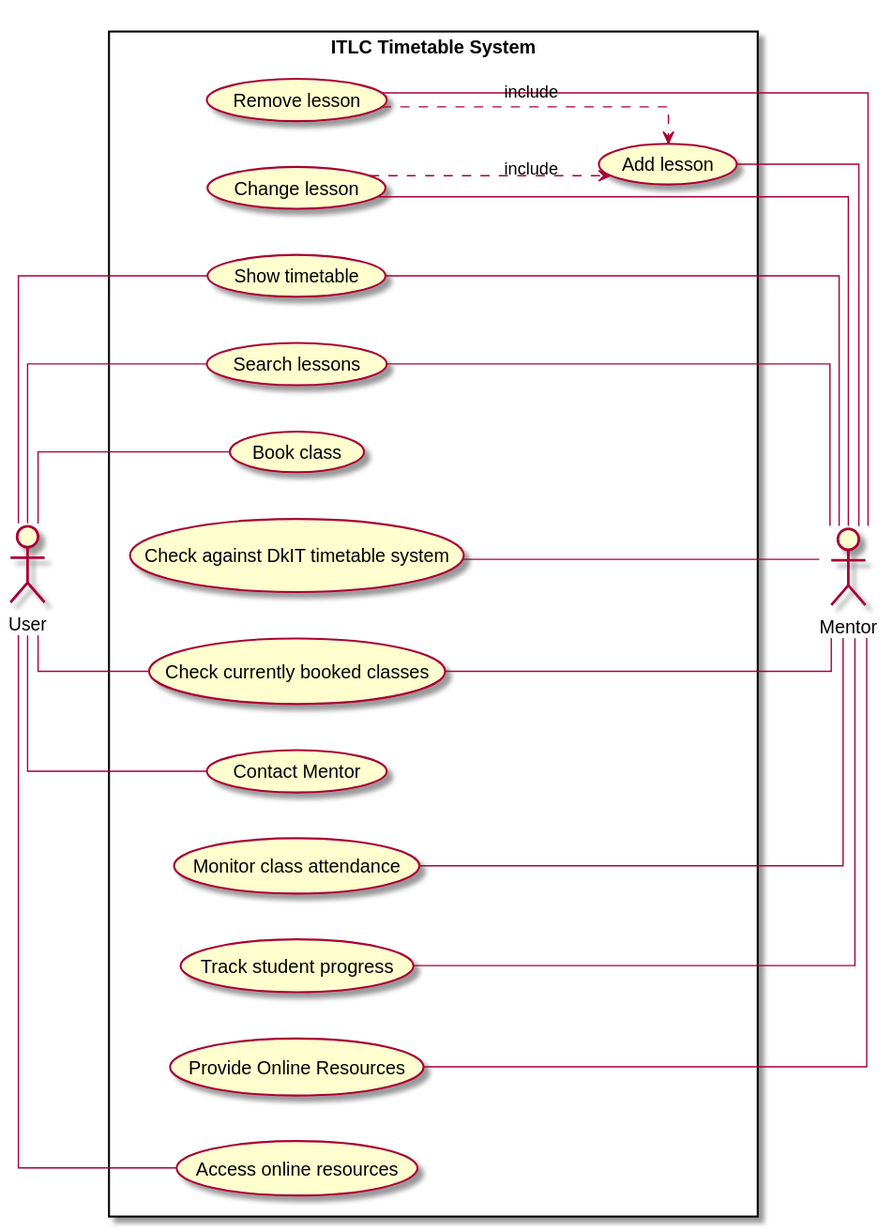
The PlantUML diagram Use Cases/test_usecase_plantuml.svg in Gyrogaming01/asdp-project-1, before a commit.
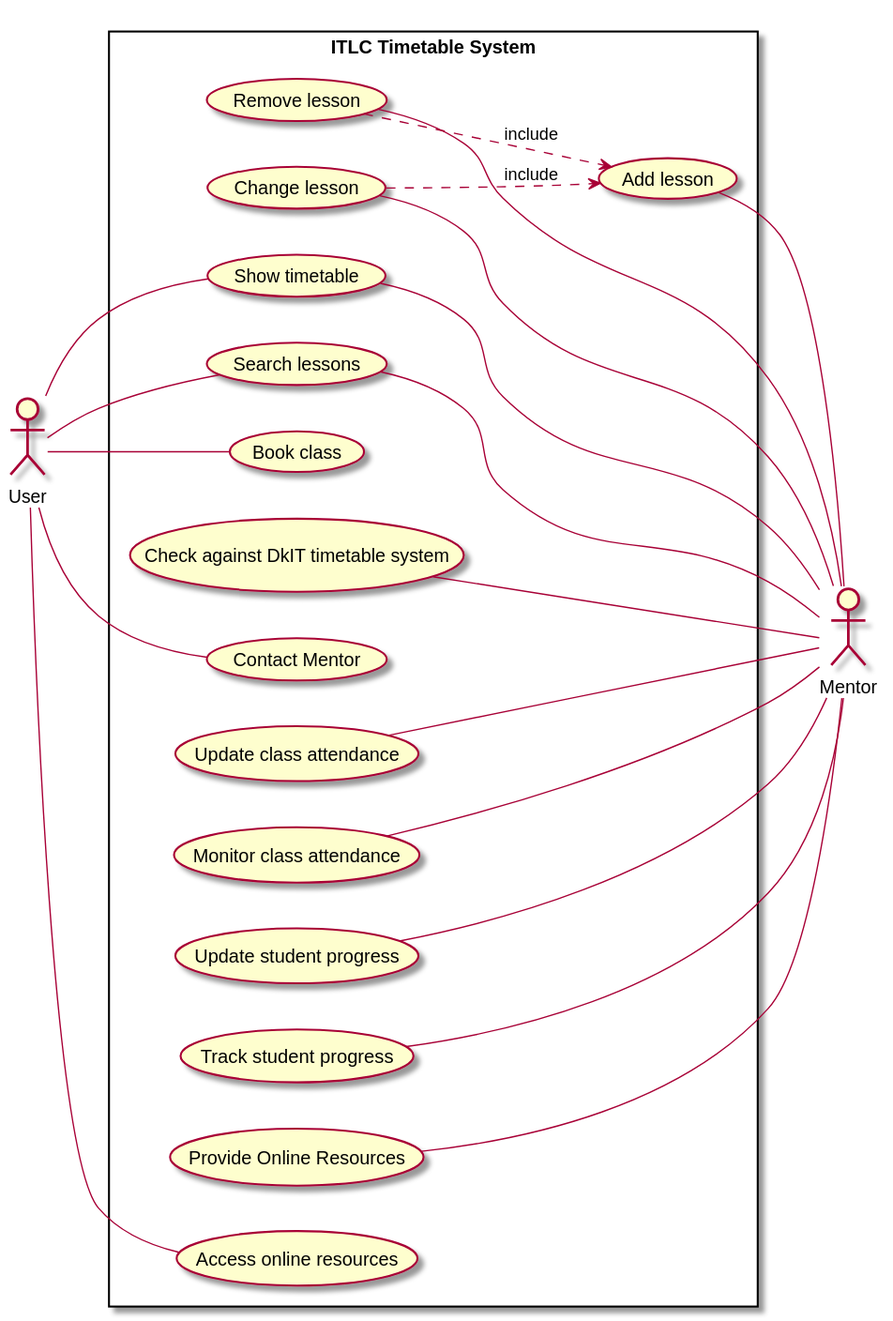
The same file after the commit.

Commit message:
added draft use cases, updated diagram

What changed in the source:
```diff
@@ -1,6 +1,5 @@
 @startuml
 left to right direction
-skinparam linetype ortho
 :User: as User
 :Mentor: as Mentor
 rectangle "ITLC Timetable System" {
@@ -11,9 +10,10 @@
   (Search lessons) as (UC5)
   (Book class) as (UC6)
   (Check against DkIT timetable system) as (UC8)
-  (Check currently booked classes) as (UC7)
   (Contact Mentor) as (UC9)
+  (Update class attendance) as (UC14)
   (Monitor class attendance) as (UC10)
+  (Update student progress) as (UC15)
   (Track student progress) as (UC11)
   (Provide Online Resources) as (UC12)
   (Access online resources) as (UC13)
@@ -21,7 +21,6 @@
   User -- (UC1)
   User -- (UC5)
   User -- (UC6)
-  User -- (UC7)
   User -- (UC9)
   User -- (UC13)
   (UC1) -- Mentor
@@ -29,11 +28,12 @@
   (UC3) -- Mentor
   (UC4) -- Mentor
   (UC5) -- Mentor
-  (UC7) -- Mentor
   (UC8) -- Mentor
   (UC10) -- Mentor
   (UC11) -- Mentor
   (UC12) -- Mentor
+  (UC14) -- Mentor
+  (UC15) -- Mentor
 
   (UC4) ..> (UC2) : include
   (UC3) ..> (UC2) : include
```
